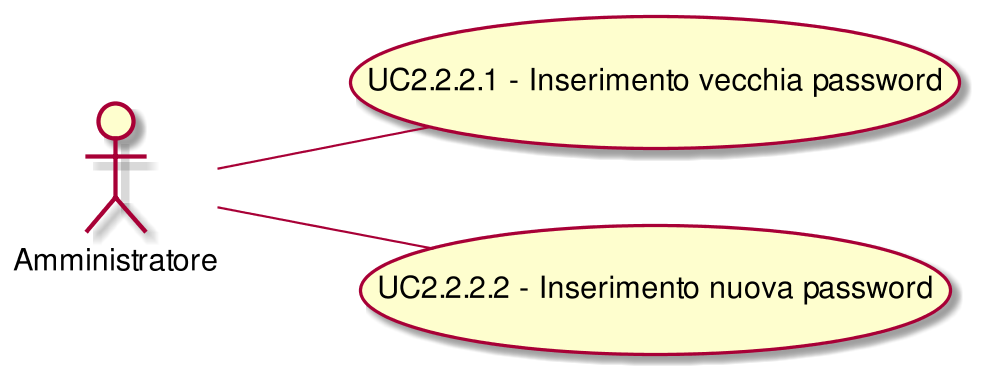
CoCodeSWE/Docs keeps this PlantUML diagram as RP/Esterni/AnalisiDeiRequisiti/images/UseCaseUC222.png. Above is the earlier version. Its diagram source:
```plantuml
@startuml
scale 1000*1000
left to right direction
( UC2.2.2.1 - Inserimento vecchia password ) as (UC2.2.2.1)
:Amministratore:--(UC2.2.2.1)
( UC2.2.2.2 - Inserimento nuova password ) as (UC2.2.2.2)
:Amministratore:--(UC2.2.2.2)
@enduml
```
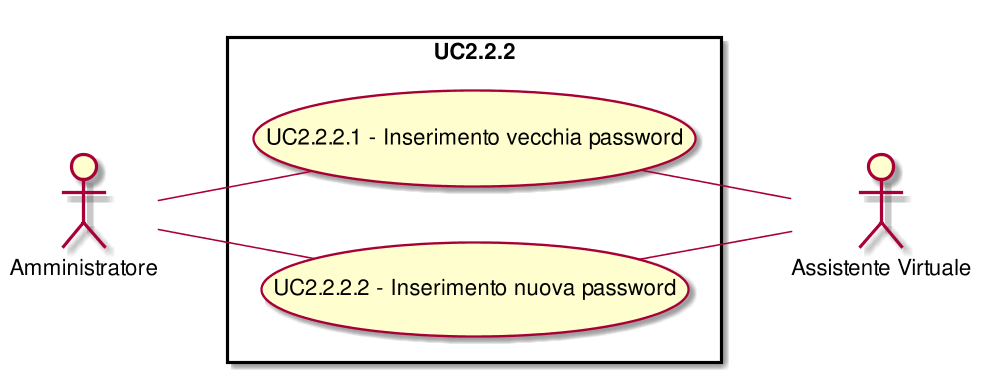
The same file after the commit.

The edit, as a diff of the source:
```diff
@@ -1,8 +1,17 @@
 @startuml
 scale 1000*1000
 left to right direction
+skinparam packageStyle rect
+:Amministratore:
+:Assistente Virtuale:
+rectangle UC2.2.2{
 ( UC2.2.2.1 - Inserimento vecchia password ) as (UC2.2.2.1)
 :Amministratore:--(UC2.2.2.1)
+( UC2.2.2.1 - Inserimento vecchia password ) as (UC2.2.2.1)
+(UC2.2.2.1)--:Assistente Virtuale:
 ( UC2.2.2.2 - Inserimento nuova password ) as (UC2.2.2.2)
 :Amministratore:--(UC2.2.2.2)
+( UC2.2.2.2 - Inserimento nuova password ) as (UC2.2.2.2)
+(UC2.2.2.2)--:Assistente Virtuale:
+}
 @enduml
```
